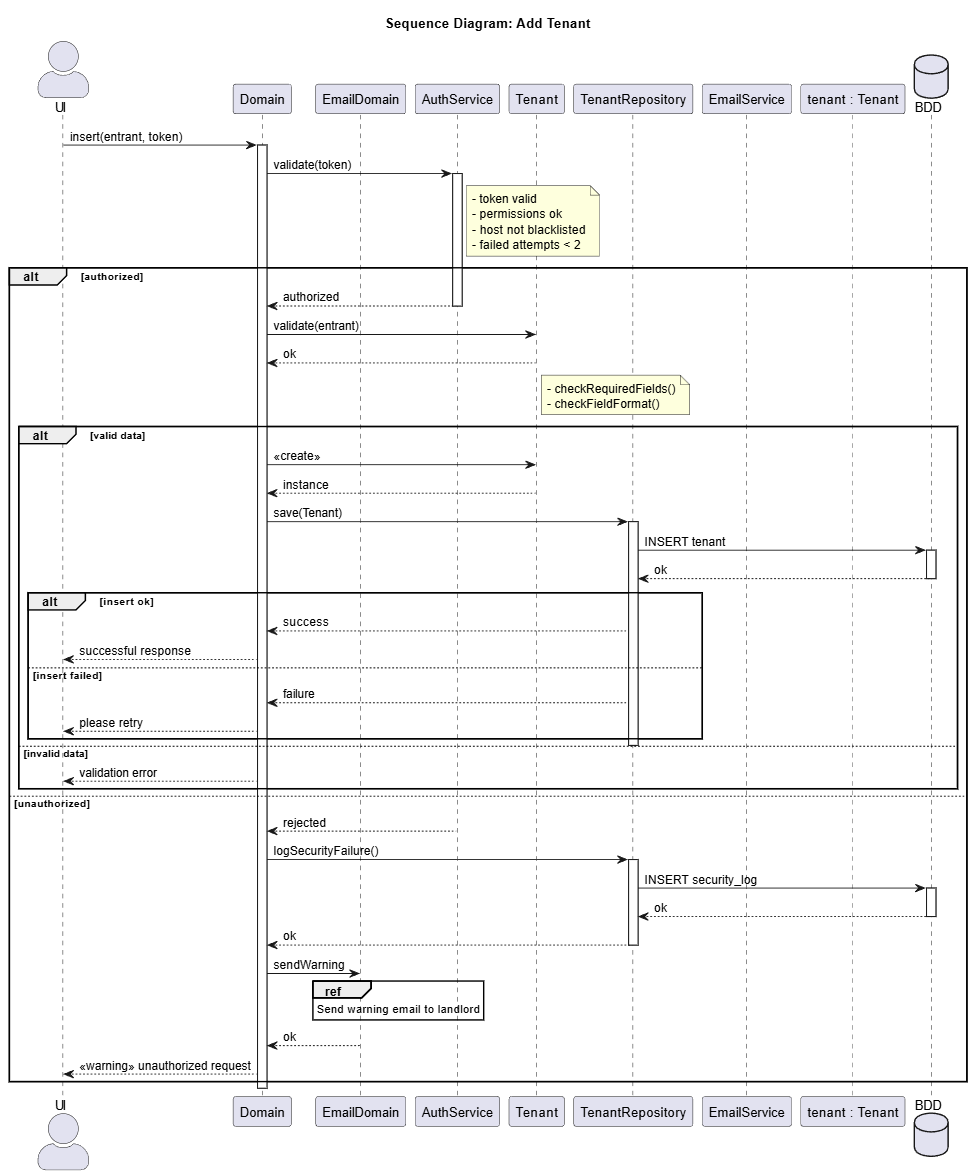
This is modeling/tenants/sequences/images/delete.png from SprigganTwelve/immo-flow, a PlantUML export, as it was before one commit. Its source is kept beside it as modeling/tenants/sequences/delete.puml. Source of this version:
```plantuml
@startuml

title "DELETE TENANT"

skinparam actorStyle awesome
actor UI

participant "TenantDomain" as Domain
participant "EmailDomain" as EmailDomain
participant "AuthService" as Auth
participant "EmailService" as Email
participant "TenantRepository" as Repo
database "Database" as DB

UI -> Domain : delete(id, token)
activate Domain

Domain -> Auth : validateAuth(token)
activate Auth

note right of Auth
  - token valid
  - policy ok
  - permissions ok
  - host not blacklisted
  - failed attempts < 3
end note

alt authorized
    Auth --> Domain : authorized
    deactivate Auth

    Domain -> Repo : deleteTenant(id)
    activate Repo
    Repo -> DB : DELETE tenant
    activate DB
    DB --> Repo : ok
    deactivate DB

    alt delete ok
        Repo --> Domain : success
        deactivate Repo
        Domain --> UI : success
    else delete failed
        Repo --> Domain : failure
        Domain --> UI : failed
    end
    deactivate Repo

else unauthorized
    Auth --> Domain : rejected
    deactivate Auth

    Domain -> Repo : logSecurityFailure()
    activate Repo
    Repo -> DB : INSERT security_log
    activate DB
    DB --> Repo : ok
    deactivate DB
    Repo --> Domain: ok
    deactivate Repo


    Domain -> EmailDomain : sendWarning
    ref over EmailDomain
            Send warning email  to landlord
    end ref
    EmailDomain --> Domain: ok

    Domain --> UI : <<warning>> unauthorized request
end

deactivate Domain

@enduml
```
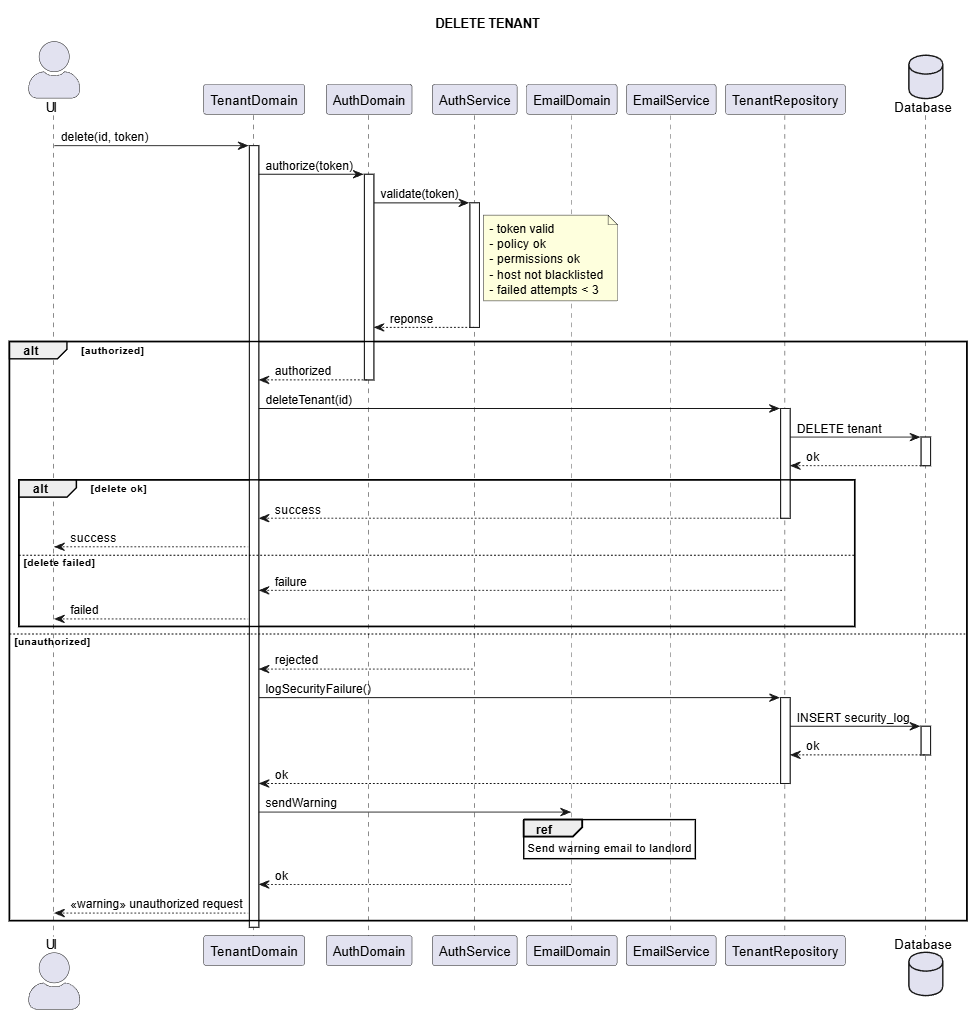
The same file after the commit.

The edit, as a diff of the source:
```diff
@@ -6,17 +6,25 @@
 actor UI
 
 participant "TenantDomain" as Domain
+participant "AuthDomain" as AuthDomain
+participant "AuthService" as Auth
 participant "EmailDomain" as EmailDomain
-participant "AuthService" as Auth
 participant "EmailService" as Email
 participant "TenantRepository" as Repo
 database "Database" as DB
 
+
+
 UI -> Domain : delete(id, token)
 activate Domain
 
-Domain -> Auth : validateAuth(token)
+
+Domain -> AuthDomain : authorize(token)
+activate AuthDomain
+
+AuthDomain -> Auth: validate(token)
 activate Auth
+
 
 note right of Auth
   - token valid
@@ -26,9 +34,15 @@
   - failed attempts < 3
 end note
 
+Auth --> AuthDomain: reponse
+deactivate Auth
+
+
 alt authorized
-    Auth --> Domain : authorized
+
+    AuthDomain --> Domain : authorized
     deactivate Auth
+    deactivate AuthDomain
 
     Domain -> Repo : deleteTenant(id)
     activate Repo
```
